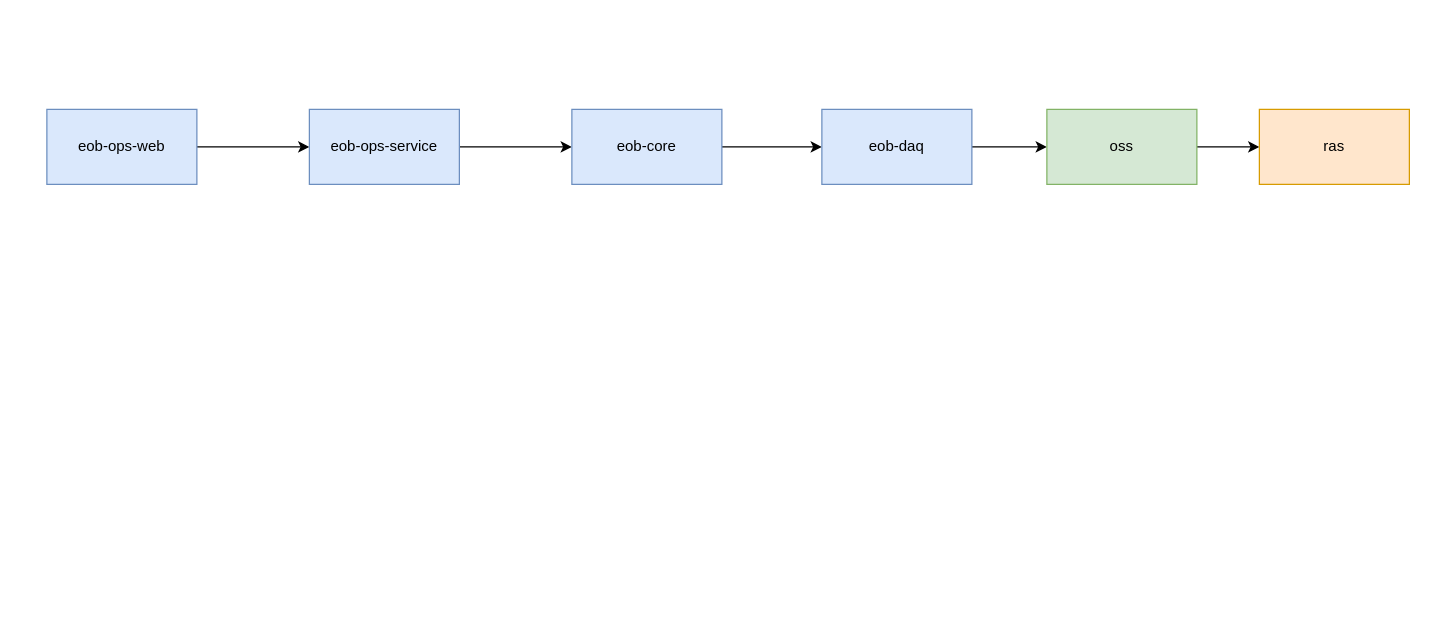
Earlier version of the draw.io diagram name_screening.drawio (QirongZhang/draw.io.repo). Source tidied: cells renumbered, new cells numbered last; positions are measured from the earlier drawing's top-left corner, leaving out a move shared by most shapes. Both pictures are drawn from the tidied source at 125%, with x=0, y=0 at pixel (46, 109).
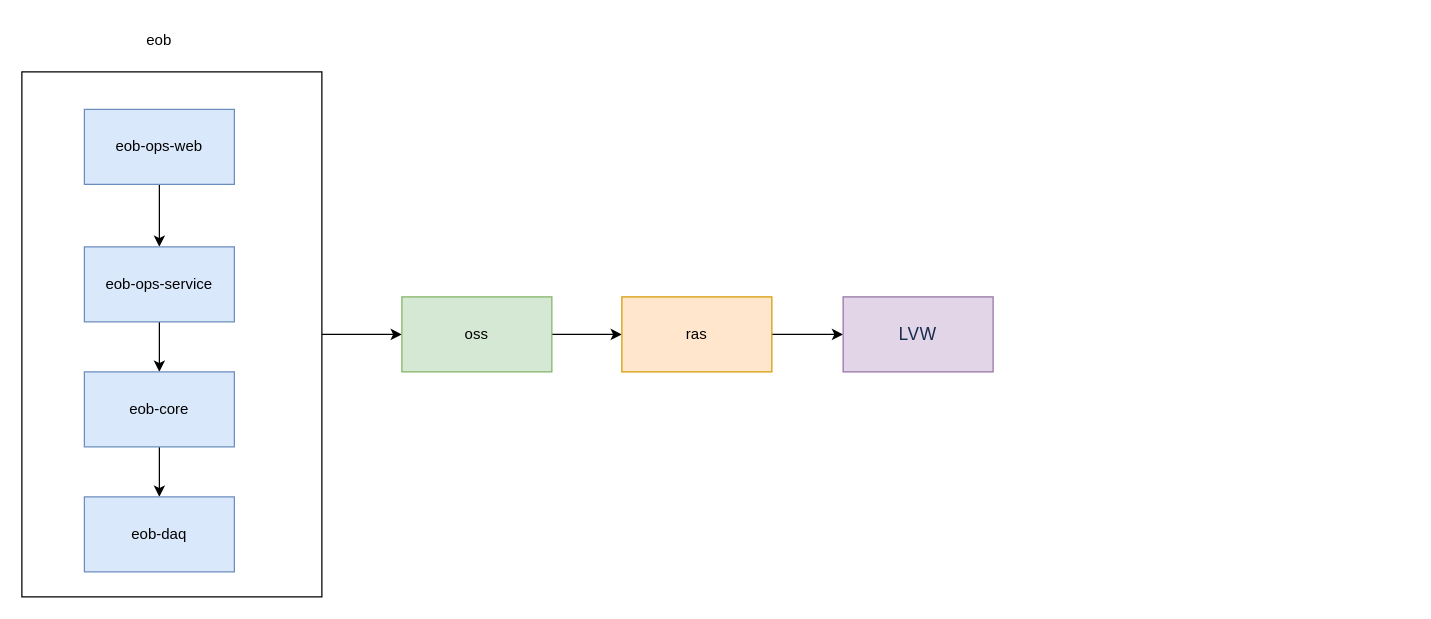
Above is the later version.

The edit, as a diff of the source:
```diff
@@
 <mxGraphModel>
   <root>
     <mxCell id="0" />
     <mxCell id="1" parent="0" />
+    <mxCell id="13" style="edgeStyle=orthogonalEdgeStyle;rounded=0;jettySize=auto;html=1;exitX=1;exitY=0.5;exitDx=0;exitDy=0;" parent="1" edge="1" source="14" target="11">
+      <mxGeometry relative="1" as="geometry" />
+    </mxCell>
+    <mxCell id="14" style="rounded=0;whiteSpace=wrap;html=1;" parent="1" vertex="1">
+      <mxGeometry x="-20" y="-30" width="240" height="420" as="geometry" />
+    </mxCell>
-    <mxCell id="2" style="edgeStyle=orthogonalEdgeStyle;rounded=0;jettySize=auto;html=1;exitX=1;exitY=0.5;exitDx=0;exitDy=0;entryX=0;entryY=0.5;entryDx=0;entryDy=0;" parent="1" edge="1" source="3" target="5">
+    <mxCell id="2" style="edgeStyle=orthogonalEdgeStyle;rounded=0;jettySize=auto;html=1;exitX=0.5;exitY=1;exitDx=0;exitDy=0;entryX=0.5;entryY=0;entryDx=0;entryDy=0;" parent="1" edge="1" source="3" target="5">
       <mxGeometry relative="1" as="geometry" />
     </mxCell>
     <mxCell id="3" value="eob-ops-web" style="rounded=0;whiteSpace=wrap;html=1;fillColor=#dae8fc;strokeColor=#6c8ebf;" parent="1" vertex="1">
-      <mxGeometry width="120" height="60" as="geometry" />
+      <mxGeometry x="30" width="120" height="60" as="geometry" />
     </mxCell>
-    <mxCell id="4" style="edgeStyle=orthogonalEdgeStyle;rounded=0;jettySize=auto;html=1;exitX=1;exitY=0.5;exitDx=0;exitDy=0;entryX=0;entryY=0.5;entryDx=0;entryDy=0;" parent="1" edge="1" source="5" target="7">
+    <mxCell id="4" style="edgeStyle=orthogonalEdgeStyle;rounded=0;jettySize=auto;html=1;exitX=0.5;exitY=1;exitDx=0;exitDy=0;" parent="1" edge="1" source="5" target="7">
       <mxGeometry relative="1" as="geometry" />
     </mxCell>
     <mxCell id="5" value="eob-ops-service" style="rounded=0;whiteSpace=wrap;html=1;fillColor=#dae8fc;strokeColor=#6c8ebf;" parent="1" vertex="1">
-      <mxGeometry x="210" width="120" height="60" as="geometry" />
+      <mxGeometry x="30" y="110" width="120" height="60" as="geometry" />
     </mxCell>
-    <mxCell id="6" style="edgeStyle=orthogonalEdgeStyle;rounded=0;jettySize=auto;html=1;exitX=1;exitY=0.5;exitDx=0;exitDy=0;entryX=0;entryY=0.5;entryDx=0;entryDy=0;" parent="1" edge="1" source="7" target="9">
+    <mxCell id="6" style="edgeStyle=orthogonalEdgeStyle;rounded=0;jettySize=auto;html=1;exitX=0.5;exitY=1;exitDx=0;exitDy=0;" parent="1" edge="1" source="7" target="9">
       <mxGeometry relative="1" as="geometry" />
     </mxCell>
     <mxCell id="7" value="eob-core" style="rounded=0;whiteSpace=wrap;html=1;fillColor=#dae8fc;strokeColor=#6c8ebf;" parent="1" vertex="1">
-      <mxGeometry x="420" width="120" height="60" as="geometry" />
+      <mxGeometry x="30" y="210" width="120" height="60" as="geometry" />
     </mxCell>
-    <mxCell id="8" style="edgeStyle=orthogonalEdgeStyle;rounded=0;jettySize=auto;html=1;exitX=1;exitY=0.5;exitDx=0;exitDy=0;" parent="1" edge="1" source="9" target="11">
-      <mxGeometry relative="1" as="geometry" />
-    </mxCell>
     <mxCell id="9" value="eob-daq" style="rounded=0;whiteSpace=wrap;html=1;fillColor=#dae8fc;strokeColor=#6c8ebf;" parent="1" vertex="1">
-      <mxGeometry x="620" width="120" height="60" as="geometry" />
+      <mxGeometry x="30" y="310" width="120" height="60" as="geometry" />
     </mxCell>
     <mxCell id="10" style="edgeStyle=orthogonalEdgeStyle;rounded=0;jettySize=auto;html=1;exitX=1;exitY=0.5;exitDx=0;exitDy=0;entryX=0;entryY=0.5;entryDx=0;entryDy=0;" parent="1" edge="1" source="11" target="12">
       <mxGeometry relative="1" as="geometry" />
     </mxCell>
     <mxCell id="11" value="oss" style="rounded=0;whiteSpace=wrap;html=1;fillColor=#d5e8d4;strokeColor=#82b366;" parent="1" vertex="1">
-      <mxGeometry x="800" width="120" height="60" as="geometry" />
+      <mxGeometry x="284" y="150" width="120" height="60" as="geometry" />
     </mxCell>
+    <mxCell id="15" style="edgeStyle=orthogonalEdgeStyle;rounded=0;jettySize=auto;html=1;exitX=1;exitY=0.5;exitDx=0;exitDy=0;entryX=0;entryY=0.5;entryDx=0;entryDy=0;" parent="1" edge="1" source="12" target="16">
+      <mxGeometry relative="1" as="geometry" />
+    </mxCell>
     <mxCell id="12" value="ras" style="rounded=0;whiteSpace=wrap;html=1;fillColor=#ffe6cc;strokeColor=#d79b00;" parent="1" vertex="1">
-      <mxGeometry x="970" width="120" height="60" as="geometry" />
+      <mxGeometry x="460" y="150" width="120" height="60" as="geometry" />
     </mxCell>
+    <mxCell id="16" value="&lt;span style=&quot;color: rgb(23, 43, 77); font-family: -apple-system, BlinkMacSystemFont, &amp;quot;Segoe UI&amp;quot;, Roboto, Oxygen, Ubuntu, &amp;quot;Fira Sans&amp;quot;, &amp;quot;Droid Sans&amp;quot;, &amp;quot;Helvetica Neue&amp;quot;, sans-serif; font-size: 14px; text-align: left;&quot;&gt;LVW&lt;/span&gt;" style="rounded=0;whiteSpace=wrap;html=1;fillColor=#e1d5e7;strokeColor=#9673a6;" parent="1" vertex="1">
+      <mxGeometry x="637" y="150" width="120" height="60" as="geometry" />
+    </mxCell>
+    <mxCell id="17" value="eob" style="text;html=1;align=center;verticalAlign=middle;whiteSpace=wrap;rounded=0;" parent="1" vertex="1">
+      <mxGeometry x="60" y="-70" width="60" height="30" as="geometry" />
+    </mxCell>
   </root>
 </mxGraphModel>
```
